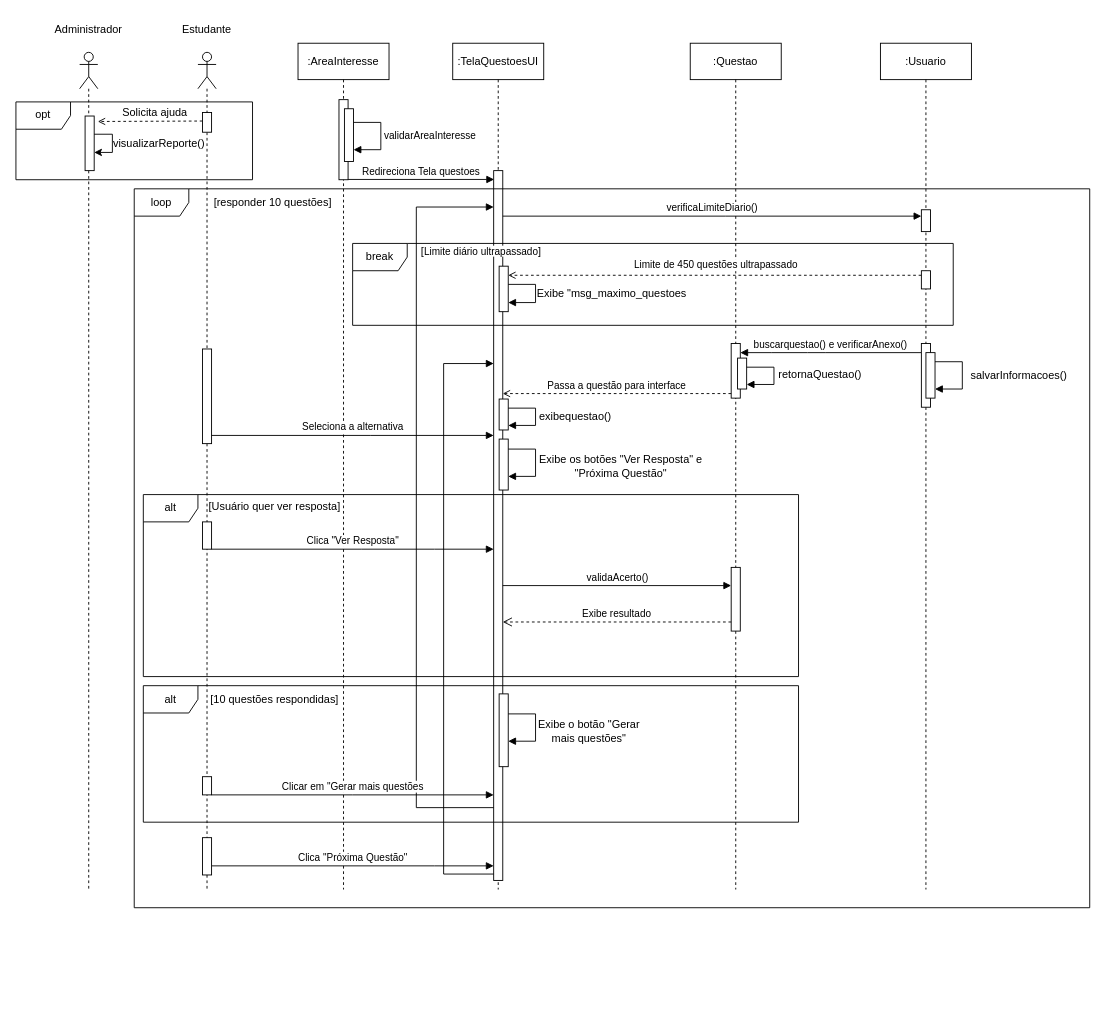
Above: Diagrama sem nome.drawio in augustorazani/QENEM-UML-Diagram (draw.io), before the change. Source tidied: cells renumbered, new cells numbered last; positions are measured from the earlier drawing's top-left corner, leaving out a move shared by most shapes. Both pictures are drawn from the tidied source at 91%, with x=0, y=0 at pixel (15, 15).
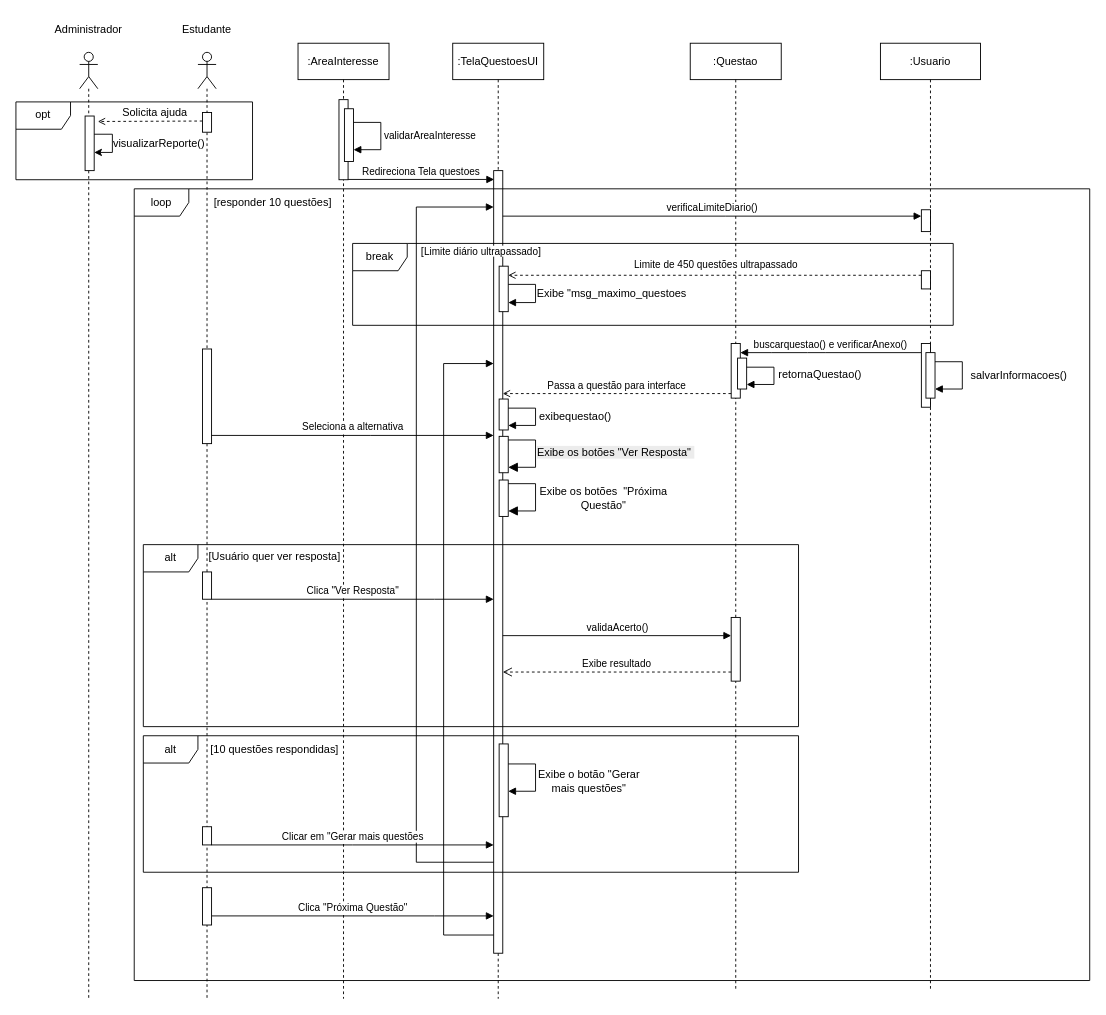
The same page after the edit.

The edit, as a diff of the source:
```diff
@@
     <mxCell id="2" style="shape=umlLifeline;perimeter=lifelinePerimeter;whiteSpace=wrap;html=1;newEdgeStyle={&quot;curved&quot;:0,&quot;rounded&quot;:0};participant=umlActor;" parent="1" vertex="1">
-      <mxGeometry x="200" y="40" width="20" height="920" as="geometry" />
+      <mxGeometry x="200" y="40" width="20" height="1040" as="geometry" />
     </mxCell>
@@
     <mxCell id="4" style="html=1;perimeter=orthogonalPerimeter;targetShapes=umlLifeline;newEdgeStyle={&quot;curved&quot;:0,&quot;rounded&quot;:0};" parent="2" vertex="1">
-      <mxGeometry x="5" y="796" width="10" height="20" as="geometry" />
+      <mxGeometry x="5" y="851" width="10" height="20" as="geometry" />
     </mxCell>
     <mxCell id="5" value=":TelaQuestoesUI" style="shape=umlLifeline;perimeter=lifelinePerimeter;whiteSpace=wrap;html=1;newEdgeStyle={&quot;curved&quot;:0,&quot;rounded&quot;:0};" parent="1" vertex="1">
-      <mxGeometry x="480" y="30" width="100" height="930" as="geometry" />
+      <mxGeometry x="480" y="30" width="100" height="1050" as="geometry" />
     </mxCell>
     <mxCell id="6" style="html=1;points=[[0,0,0,0,5],[0,1,0,0,-5],[1,0,0,0,5],[1,1,0,0,-5]];perimeter=orthogonalPerimeter;outlineConnect=0;targetShapes=umlLifeline;portConstraint=eastwest;newEdgeStyle={&quot;curved&quot;:0,&quot;rounded&quot;:0};" parent="5" vertex="1">
-      <mxGeometry x="45" y="140" width="10" height="780" as="geometry" />
+      <mxGeometry x="45" y="140" width="10" height="860" as="geometry" />
     </mxCell>
-    <mxCell id="7" style="html=1;perimeter=orthogonalPerimeter;targetShapes=umlLifeline;newEdgeStyle={&quot;curved&quot;:0,&quot;rounded&quot;:0};" parent="5" vertex="1">
-      <mxGeometry x="51" y="435" width="10" height="56" as="geometry" />
-    </mxCell>
     <mxCell id="8" style="html=1;align=left;spacingLeft=2;endArrow=block;rounded=0;edgeStyle=orthogonalEdgeStyle;curved=0;rounded=0;" parent="5" edge="1" source="6">
       <mxGeometry relative="1" as="geometry">
         <mxPoint x="45" y="180" as="targetPoint" />
         <Array as="points">
-          <mxPoint x="-40" y="840" />
+          <mxPoint x="-40" y="900" />
           <mxPoint x="-40" y="180" />
         </Array>
       </mxGeometry>
     </mxCell>
     <mxCell id="9" style="html=1;align=left;spacingLeft=2;endArrow=block;rounded=0;edgeStyle=orthogonalEdgeStyle;curved=0;rounded=0;" parent="5" edge="1" source="6">
       <mxGeometry relative="1" as="geometry">
         <mxPoint x="45" y="352" as="targetPoint" />
         <Array as="points">
-          <mxPoint x="-10" y="913" />
+          <mxPoint x="-10" y="980" />
           <mxPoint x="-10" y="352" />
         </Array>
       </mxGeometry>
     </mxCell>
     <mxCell id="10" value=":Questao" style="shape=umlLifeline;perimeter=lifelinePerimeter;whiteSpace=wrap;html=1;newEdgeStyle={&quot;curved&quot;:0,&quot;rounded&quot;:0};" parent="1" vertex="1">
-      <mxGeometry x="741" y="30" width="100" height="930" as="geometry" />
+      <mxGeometry x="741" y="30" width="100" height="1040" as="geometry" />
     </mxCell>
@@
     <mxCell id="12" value=":AreaInteresse" style="shape=umlLifeline;perimeter=lifelinePerimeter;whiteSpace=wrap;html=1;newEdgeStyle={&quot;curved&quot;:0,&quot;rounded&quot;:0};" parent="1" vertex="1">
-      <mxGeometry x="310" y="30" width="100" height="930" as="geometry" />
+      <mxGeometry x="310" y="30" width="100" height="1050" as="geometry" />
     </mxCell>
@@
-    <mxCell id="19" style="html=1;align=left;spacingLeft=2;endArrow=block;rounded=0;edgeStyle=orthogonalEdgeStyle;curved=0;rounded=0;" parent="1" edge="1">
-      <mxGeometry relative="1" as="geometry">
-        <mxPoint x="541" y="476" as="sourcePoint" />
-        <mxPoint x="541" y="506" as="targetPoint" />
-        <Array as="points">
-          <mxPoint x="571" y="476" />
-          <mxPoint x="571" y="506" />
-        </Array>
-      </mxGeometry>
-    </mxCell>
-    <mxCell id="20" value="Exibe os botões &quot;Ver Resposta&quot; e &quot;Próxima Questão&quot;" style="text;html=1;align=center;verticalAlign=middle;whiteSpace=wrap;rounded=0;" parent="1" vertex="1">
-      <mxGeometry x="570" y="475" width="190" height="40" as="geometry" />
-    </mxCell>
     <mxCell id="21" value="alt" style="shape=umlFrame;whiteSpace=wrap;html=1;" parent="1" vertex="1">
-      <mxGeometry x="140" y="526" width="720" height="200" as="geometry" />
+      <mxGeometry x="140" y="581" width="720" height="200" as="geometry" />
     </mxCell>
     <mxCell id="22" style="html=1;points=[[0,0,0,0,5],[0,1,0,0,-5],[1,0,0,0,5],[1,1,0,0,-5]];perimeter=orthogonalPerimeter;outlineConnect=0;targetShapes=umlLifeline;portConstraint=eastwest;newEdgeStyle={&quot;curved&quot;:0,&quot;rounded&quot;:0};" parent="1" vertex="1">
-      <mxGeometry x="205" y="556" width="10" height="30" as="geometry" />
+      <mxGeometry x="205" y="611" width="10" height="30" as="geometry" />
     </mxCell>
     <mxCell id="23" value="Clica &quot;Ver Resposta&quot;" style="html=1;verticalAlign=bottom;endArrow=block;curved=0;rounded=0;" parent="1" edge="1" source="22">
       <mxGeometry relative="1" as="geometry">
-        <mxPoint x="525" y="586" as="targetPoint" />
+        <mxPoint x="525" y="641" as="targetPoint" />
         <Array as="points">
-          <mxPoint x="380" y="586" />
-          <mxPoint x="460" y="586" />
+          <mxPoint x="380" y="641" />
+          <mxPoint x="460" y="641" />
         </Array>
       </mxGeometry>
     </mxCell>
     <mxCell id="24" value="validaAcerto()" style="html=1;verticalAlign=bottom;endArrow=block;curved=0;rounded=0;" parent="1" edge="1" target="25">
       <mxGeometry relative="1" as="geometry">
-        <mxPoint x="535" y="626" as="sourcePoint" />
+        <mxPoint x="535" y="681" as="sourcePoint" />
       </mxGeometry>
     </mxCell>
     <mxCell id="25" style="html=1;points=[[0,0,0,0,5],[0,1,0,0,-5],[1,0,0,0,5],[1,1,0,0,-5]];perimeter=orthogonalPerimeter;outlineConnect=0;targetShapes=umlLifeline;portConstraint=eastwest;newEdgeStyle={&quot;curved&quot;:0,&quot;rounded&quot;:0};" parent="1" vertex="1">
-      <mxGeometry x="786" y="606" width="10" height="70" as="geometry" />
+      <mxGeometry x="786" y="661" width="10" height="70" as="geometry" />
     </mxCell>
     <mxCell id="26" value="Exibe resultado" style="html=1;verticalAlign=bottom;endArrow=open;dashed=1;endSize=8;curved=0;rounded=0;" parent="1" edge="1" source="25">
       <mxGeometry relative="1" as="geometry">
-        <mxPoint x="535" y="666" as="targetPoint" />
+        <mxPoint x="535" y="721" as="targetPoint" />
         <Array as="points">
-          <mxPoint x="660" y="666" />
+          <mxPoint x="660" y="721" />
         </Array>
       </mxGeometry>
     </mxCell>
     <mxCell id="27" value="[Usuário quer ver resposta]" style="text;html=1;align=center;verticalAlign=middle;whiteSpace=wrap;rounded=0;" parent="1" vertex="1">
-      <mxGeometry x="207" y="524" width="155" height="30" as="geometry" />
+      <mxGeometry x="207" y="579" width="155" height="30" as="geometry" />
     </mxCell>
     <mxCell id="28" value="Clica &quot;Próxima Questão&quot;" style="html=1;verticalAlign=bottom;endArrow=block;curved=0;rounded=0;" parent="1" edge="1">
       <mxGeometry relative="1" as="geometry">
-        <mxPoint x="215" y="934" as="sourcePoint" />
-        <mxPoint x="525" y="934" as="targetPoint" />
+        <mxPoint x="215" y="989" as="sourcePoint" />
+        <mxPoint x="525" y="989" as="targetPoint" />
         <Array as="points">
-          <mxPoint x="460" y="934" />
+          <mxPoint x="460" y="989" />
         </Array>
       </mxGeometry>
     </mxCell>
     <mxCell id="29" value="alt" style="shape=umlFrame;whiteSpace=wrap;html=1;" parent="1" vertex="1">
-      <mxGeometry x="140" y="736" width="720" height="150" as="geometry" />
+      <mxGeometry x="140" y="791" width="720" height="150" as="geometry" />
     </mxCell>
     <mxCell id="30" value="[10 questões respondidas]" style="text;html=1;align=center;verticalAlign=middle;whiteSpace=wrap;rounded=0;" parent="1" vertex="1">
-      <mxGeometry x="207" y="736" width="155" height="30" as="geometry" />
+      <mxGeometry x="207" y="791" width="155" height="30" as="geometry" />
     </mxCell>
     <mxCell id="31" style="html=1;perimeter=orthogonalPerimeter;targetShapes=umlLifeline;newEdgeStyle={&quot;curved&quot;:0,&quot;rounded&quot;:0};" parent="1" vertex="1">
-      <mxGeometry x="531" y="745" width="10" height="80" as="geometry" />
+      <mxGeometry x="531" y="800" width="10" height="80" as="geometry" />
     </mxCell>
     <mxCell id="32" style="html=1;align=left;spacingLeft=2;endArrow=block;rounded=0;edgeStyle=orthogonalEdgeStyle;curved=0;rounded=0;" parent="1" edge="1">
       <mxGeometry relative="1" as="geometry">
-        <mxPoint x="541" y="767" as="sourcePoint" />
-        <mxPoint x="541" y="797" as="targetPoint" />
+        <mxPoint x="541" y="822" as="sourcePoint" />
+        <mxPoint x="541" y="852" as="targetPoint" />
         <Array as="points">
-          <mxPoint x="571" y="767" />
-          <mxPoint x="571" y="797" />
+          <mxPoint x="571" y="822" />
+          <mxPoint x="571" y="852" />
         </Array>
       </mxGeometry>
     </mxCell>
     <mxCell id="33" value="Exibe o botão &quot;Gerar mais questões&quot;" style="text;html=1;align=center;verticalAlign=middle;whiteSpace=wrap;rounded=0;" parent="1" vertex="1">
-      <mxGeometry x="570" y="766" width="120" height="40" as="geometry" />
+      <mxGeometry x="570" y="821" width="120" height="40" as="geometry" />
     </mxCell>
     <mxCell id="34" value="loop" style="shape=umlFrame;whiteSpace=wrap;html=1;" parent="1" vertex="1">
-      <mxGeometry x="130" y="190" width="1050" height="790" as="geometry" />
+      <mxGeometry x="130" y="190" width="1050" height="870" as="geometry" />
     </mxCell>
@@
     <mxCell id="36" style="html=1;perimeter=orthogonalPerimeter;targetShapes=umlLifeline;newEdgeStyle={&quot;curved&quot;:0,&quot;rounded&quot;:0};" parent="1" vertex="1">
-      <mxGeometry x="205" y="903" width="10" height="41" as="geometry" />
+      <mxGeometry x="205" y="958" width="10" height="41" as="geometry" />
     </mxCell>
     <mxCell id="37" value="Clicar em &quot;Gerar mais questões" style="html=1;verticalAlign=bottom;endArrow=block;curved=0;rounded=0;" parent="1" edge="1">
       <mxGeometry relative="1" as="geometry">
-        <mxPoint x="215" y="856" as="sourcePoint" />
-        <mxPoint x="525" y="856" as="targetPoint" />
+        <mxPoint x="215" y="911" as="sourcePoint" />
+        <mxPoint x="525" y="911" as="targetPoint" />
         <Array as="points">
-          <mxPoint x="370" y="856" />
+          <mxPoint x="370" y="911" />
         </Array>
       </mxGeometry>
     </mxCell>
     <mxCell id="38" value=":Usuario" style="shape=umlLifeline;perimeter=lifelinePerimeter;whiteSpace=wrap;html=1;newEdgeStyle={&quot;curved&quot;:0,&quot;rounded&quot;:0};" parent="1" vertex="1">
-      <mxGeometry x="950" y="30" width="100" height="930" as="geometry" />
+      <mxGeometry x="950" y="30" width="110" height="1040" as="geometry" />
     </mxCell>
@@
     <mxCell id="54" style="shape=umlLifeline;perimeter=lifelinePerimeter;whiteSpace=wrap;html=1;newEdgeStyle={&quot;curved&quot;:0,&quot;rounded&quot;:0};participant=umlActor;" parent="1" vertex="1">
-      <mxGeometry x="70" y="40" width="20" height="920" as="geometry" />
+      <mxGeometry x="70" y="40" width="20" height="1040" as="geometry" />
     </mxCell>
@@
+    <mxCell id="70" value="Exibe os botões&amp;nbsp; &quot;Próxima Questão&quot;" style="text;html=1;align=center;verticalAlign=middle;whiteSpace=wrap;rounded=0;" parent="1" vertex="1">
+      <mxGeometry x="551" y="510" width="190" height="40" as="geometry" />
+    </mxCell>
+    <mxCell id="71" style="html=1;points=[[0,0,0,0,5],[0,1,0,0,-5],[1,0,0,0,5],[1,1,0,0,-5]];perimeter=orthogonalPerimeter;outlineConnect=0;targetShapes=umlLifeline;portConstraint=eastwest;newEdgeStyle={&quot;curved&quot;:0,&quot;rounded&quot;:0};" parent="1" vertex="1">
+      <mxGeometry x="531" y="462" width="10" height="40" as="geometry" />
+    </mxCell>
+    <mxCell id="72" style="html=1;align=left;spacingLeft=2;endArrow=block;rounded=0;edgeStyle=orthogonalEdgeStyle;curved=0;rounded=0;fontSize=12;startSize=8;endSize=8;" parent="1" edge="1" target="71">
+      <mxGeometry x="-0.06" y="40" relative="1" as="geometry">
+        <mxPoint x="541" y="466" as="sourcePoint" />
+        <Array as="points">
+          <mxPoint x="571" y="466" />
+          <mxPoint x="571" y="496" />
+        </Array>
+      </mxGeometry>
+    </mxCell>
+    <mxCell id="73" value="&lt;span style=&quot;color: rgb(0, 0, 0); font-family: Helvetica; font-size: 12px; font-style: normal; font-variant-ligatures: normal; font-variant-caps: normal; font-weight: 400; letter-spacing: normal; orphans: 2; text-align: center; text-indent: 0px; text-transform: none; widows: 2; word-spacing: 0px; -webkit-text-stroke-width: 0px; white-space: normal; background-color: rgb(236, 236, 236); text-decoration-thickness: initial; text-decoration-style: initial; text-decoration-color: initial; display: inline !important; float: none;&quot;&gt;Exibe os botões &quot;Ver Resposta&quot;&amp;nbsp;&lt;/span&gt;" style="text;whiteSpace=wrap;html=1;" parent="1" vertex="1">
+      <mxGeometry x="571" y="466" width="190" height="30" as="geometry" />
+    </mxCell>
+    <mxCell id="74" style="html=1;points=[[0,0,0,0,5],[0,1,0,0,-5],[1,0,0,0,5],[1,1,0,0,-5]];perimeter=orthogonalPerimeter;outlineConnect=0;targetShapes=umlLifeline;portConstraint=eastwest;newEdgeStyle={&quot;curved&quot;:0,&quot;rounded&quot;:0};" parent="1" vertex="1">
+      <mxGeometry x="531" y="510" width="10" height="40" as="geometry" />
+    </mxCell>
+    <mxCell id="75" style="html=1;align=left;spacingLeft=2;endArrow=block;rounded=0;edgeStyle=orthogonalEdgeStyle;curved=0;rounded=0;fontSize=12;startSize=8;endSize=8;" parent="1" edge="1" target="74">
+      <mxGeometry x="-0.06" y="40" relative="1" as="geometry">
+        <mxPoint x="541" y="514" as="sourcePoint" />
+        <Array as="points">
+          <mxPoint x="571" y="514" />
+          <mxPoint x="571" y="544" />
+        </Array>
+      </mxGeometry>
+    </mxCell>
```
